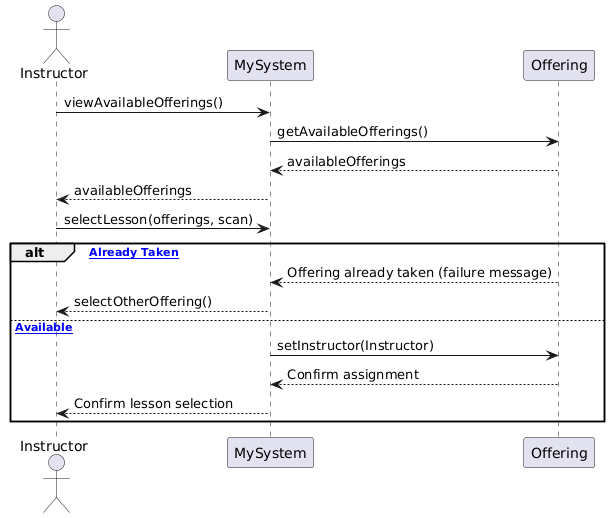
Before: Diagrams/System Sequence/InstructorSelectsOfferingSeqRefined.png, a diagram exported from PlantUML (ABALkhabbaz/LessonSchedulingSystem).
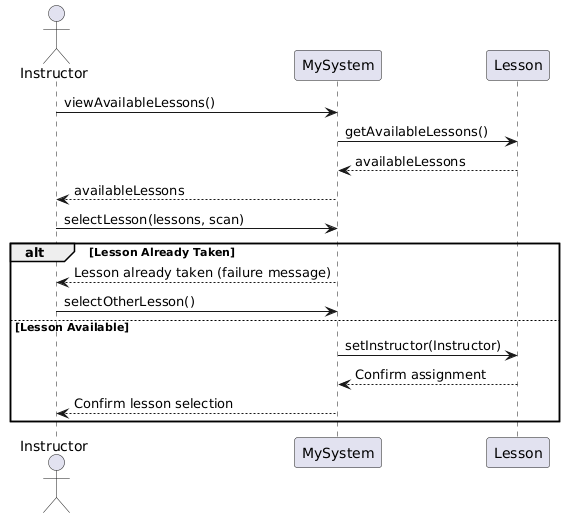
The same diagram one commit later.

Change to the diagram source:
```diff
@@ -1,20 +1,20 @@
 @startuml
 actor Instructor
-participant MySystem
-participant Offering
+participant "MySystem" as MySystem
+participant "Lesson" as Lesson
 
-Instructor -> MySystem: viewAvailableOfferings()
-MySystem -> Offering: getAvailableOfferings()
-Offering --> MySystem: availableOfferings
-MySystem --> Instructor: availableOfferings
+Instructor -> MySystem : viewAvailableLessons()
+MySystem -> Lesson : getAvailableLessons()
+Lesson --> MySystem : availableLessons
+MySystem --> Instructor : availableLessons
 
-Instructor -> MySystem: selectLesson(offerings, scan)
-alt [Offering Already Taken]
-    Offering --> MySystem: Offering already taken (failure message)
-    MySystem --> Instructor: selectOtherOffering()
-else [Offering Available]
-    MySystem -> Offering: setInstructor(Instructor)
-    Offering --> MySystem: Confirm assignment
-    MySystem --> Instructor: Confirm lesson selection
+Instructor -> MySystem : selectLesson(lessons, scan)
+alt Lesson Already Taken
+    MySystem --> Instructor : Lesson already taken (failure message)
+    Instructor -> MySystem : selectOtherLesson()
+else Lesson Available
+    MySystem -> Lesson : setInstructor(Instructor)
+    Lesson --> MySystem : Confirm assignment
+    MySystem --> Instructor : Confirm lesson selection
 end
 @enduml
```
